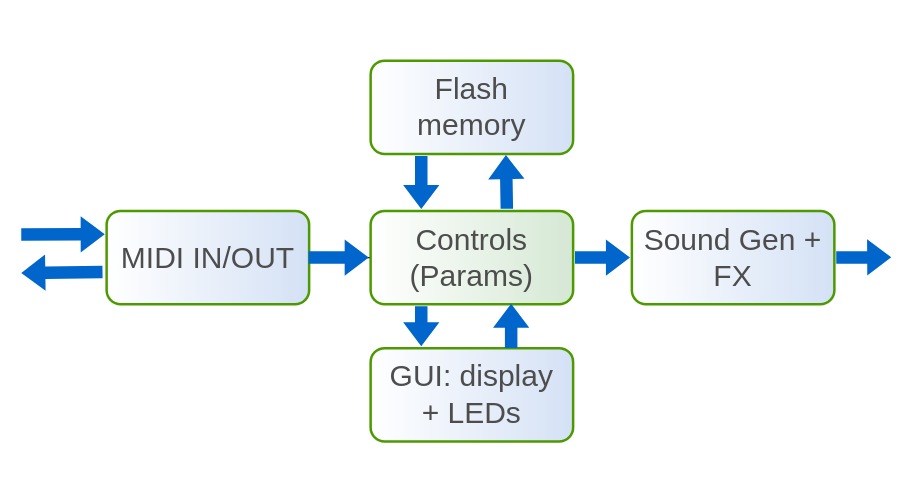
This is hardware/Thing.drawio from copych/AcidBox, a draw.io file, before an edit. Source tidied: cells renumbered, new cells numbered last; positions are measured from the earlier drawing's top-left corner, leaving out a move shared by most shapes. Both pictures are drawn from the tidied source at 125%, with x=0, y=0 at pixel (19, 60).
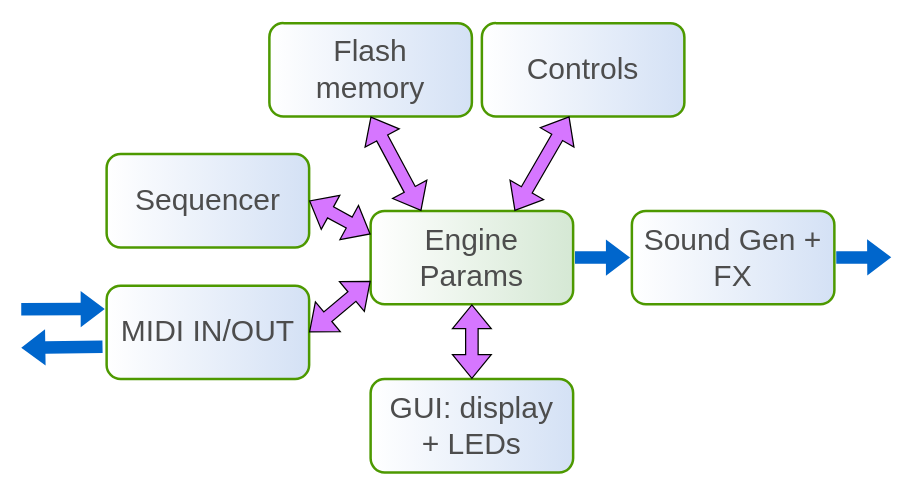
After the change.

Diff of the diagram source:
```diff
@@
 <mxGraphModel>
   <root>
     <mxCell id="0" />
     <mxCell id="1" parent="0" />
     <mxCell id="2" value="MIDI IN/OUT" style="rounded=1;whiteSpace=wrap;html=1;shadow=0;strokeWidth=2;fillColor=#D4E1F5;gradientColor=#ffffff;fontFamily=Helvetica;fontSize=24;align=center;strokeColor=#4D9900;gradientDirection=west;fontColor=#4D4D4D;" parent="1" vertex="1">
-      <mxGeometry x="69.8" y="120.2" width="162" height="74.7" as="geometry" />
+      <mxGeometry x="69.8" y="180" width="162" height="74.7" as="geometry" />
     </mxCell>
     <mxCell id="3" value="Sound Gen + FX" style="rounded=1;whiteSpace=wrap;html=1;shadow=0;strokeWidth=2;fillColor=#D4E1F5;gradientColor=#ffffff;fontFamily=Helvetica;fontSize=24;align=center;strokeColor=#4D9900;gradientDirection=west;fontColor=#4D4D4D;" parent="1" vertex="1">
       <mxGeometry x="490" y="120.2" width="162" height="74.7" as="geometry" />
     </mxCell>
-    <mxCell id="4" style="edgeStyle=orthogonalEdgeStyle;rounded=0;jettySize=auto;html=1;" parent="1" edge="1" source="5" target="2">
-      <mxGeometry relative="1" as="geometry" />
-    </mxCell>
-    <mxCell id="5" value="Controls (Params)" style="rounded=1;whiteSpace=wrap;html=1;shadow=0;strokeWidth=2;fillColor=#D5E8D4;gradientColor=#ffffff;fontFamily=Helvetica;fontSize=24;align=center;strokeColor=#4D9900;gradientDirection=west;fontColor=#4D4D4D;" parent="1" vertex="1">
+    <mxCell id="5" value="Engine Params" style="rounded=1;whiteSpace=wrap;html=1;shadow=0;strokeWidth=2;fillColor=#D5E8D4;gradientColor=#ffffff;fontFamily=Helvetica;fontSize=24;align=center;strokeColor=#4D9900;gradientDirection=west;fontColor=#4D4D4D;" parent="1" vertex="1">
       <mxGeometry x="281" y="120.2" width="162" height="74.7" as="geometry" />
     </mxCell>
     <mxCell id="6" value="Flash&lt;br&gt;memory" style="rounded=1;whiteSpace=wrap;html=1;shadow=0;strokeWidth=2;fillColor=#D4E1F5;gradientColor=#ffffff;fontFamily=Helvetica;fontSize=24;align=center;strokeColor=#4D9900;gradientDirection=west;fontColor=#4D4D4D;" parent="1" vertex="1">
-      <mxGeometry x="281" width="162" height="74.7" as="geometry" />
+      <mxGeometry x="200" y="-30" width="162" height="74.7" as="geometry" />
     </mxCell>
     <mxCell id="7" value="GUI: display &lt;br&gt;+ LEDs" style="rounded=1;whiteSpace=wrap;html=1;shadow=0;strokeWidth=2;fillColor=#D4E1F5;gradientColor=#ffffff;fontFamily=Helvetica;fontSize=24;align=center;strokeColor=#4D9900;gradientDirection=west;fontColor=#4D4D4D;" parent="1" vertex="1">
-      <mxGeometry x="281" y="230" width="162" height="74.7" as="geometry" />
+      <mxGeometry x="281" y="254.7" width="162" height="74.7" as="geometry" />
     </mxCell>
     <mxCell id="8" style="edgeStyle=none;rounded=0;html=1;shadow=0;endArrow=blockThin;endFill=1;jettySize=auto;strokeWidth=3;fontFamily=Helvetica;fontSize=18;align=center;shape=flexArrow;strokeColor=none;fillColor=#0066CC;endWidth=16;endSize=5.42;width=8;sourcePerimeterSpacing=-2;dashed=1;fontColor=#4D4D4D;entryX=0;entryY=0.25;entryDx=0;entryDy=0;" parent="1" edge="1" target="2">
       <mxGeometry relative="1" as="geometry">
-        <mxPoint y="139" as="sourcePoint" />
+        <mxPoint y="198.8" as="sourcePoint" />
       </mxGeometry>
     </mxCell>
     <mxCell id="9" style="edgeStyle=none;rounded=0;html=1;shadow=0;endArrow=blockThin;endFill=1;jettySize=auto;strokeWidth=3;fontFamily=Helvetica;fontSize=18;align=center;shape=flexArrow;strokeColor=none;fillColor=#0066CC;endWidth=16;endSize=5.42;width=8;sourcePerimeterSpacing=-2;dashed=1;fontColor=#4D4D4D;exitX=-0.011;exitY=0.653;exitDx=0;exitDy=0;exitPerimeter=0;" parent="1" edge="1" source="2">
       <mxGeometry relative="1" as="geometry">
-        <mxPoint y="170" as="targetPoint" />
+        <mxPoint y="229.8" as="targetPoint" />
       </mxGeometry>
     </mxCell>
-    <mxCell id="10" style="edgeStyle=none;rounded=0;html=1;shadow=0;endArrow=blockThin;endFill=1;jettySize=auto;strokeWidth=3;fontFamily=Helvetica;fontSize=18;align=center;shape=flexArrow;strokeColor=none;fillColor=#0066CC;endWidth=16;endSize=5.42;width=8;sourcePerimeterSpacing=-2;dashed=1;fontColor=#4D4D4D;entryX=0;entryY=0.5;entryDx=0;entryDy=0;" parent="1" edge="1" source="2" target="5">
-      <mxGeometry relative="1" as="geometry" />
-    </mxCell>
-    <mxCell id="11" style="edgeStyle=none;rounded=0;html=1;shadow=0;endArrow=blockThin;endFill=1;jettySize=auto;strokeWidth=3;fontFamily=Helvetica;fontSize=18;align=center;shape=flexArrow;strokeColor=none;fillColor=#0066CC;endWidth=16;endSize=5.42;width=8;sourcePerimeterSpacing=-2;dashed=1;fontColor=#4D4D4D;entryX=0.25;entryY=0;entryDx=0;entryDy=0;exitX=0.25;exitY=1;exitDx=0;exitDy=0;" parent="1" edge="1" source="5" target="7">
-      <mxGeometry relative="1" as="geometry" />
-    </mxCell>
-    <mxCell id="12" style="edgeStyle=none;rounded=0;html=1;shadow=0;endArrow=blockThin;endFill=1;jettySize=auto;strokeWidth=3;fontFamily=Helvetica;fontSize=18;align=center;shape=flexArrow;strokeColor=none;fillColor=#0066CC;endWidth=16;endSize=5.42;width=8;sourcePerimeterSpacing=-2;dashed=1;fontColor=#4D4D4D;entryX=0.694;entryY=0.975;entryDx=0;entryDy=0;entryPerimeter=0;exitX=0.694;exitY=0.02;exitDx=0;exitDy=0;exitPerimeter=0;" parent="1" edge="1" source="7" target="5">
-      <mxGeometry relative="1" as="geometry" />
-    </mxCell>
-    <mxCell id="13" style="edgeStyle=none;rounded=0;html=1;shadow=0;endArrow=blockThin;endFill=1;jettySize=auto;strokeWidth=3;fontFamily=Helvetica;fontSize=18;align=center;shape=flexArrow;strokeColor=none;fillColor=#0066CC;endWidth=16;endSize=5.42;width=8;sourcePerimeterSpacing=-2;dashed=1;fontColor=#4D4D4D;entryX=0.25;entryY=0;entryDx=0;entryDy=0;exitX=0.25;exitY=1;exitDx=0;exitDy=0;" parent="1" edge="1" source="6" target="5">
-      <mxGeometry relative="1" as="geometry" />
-    </mxCell>
-    <mxCell id="14" style="edgeStyle=none;rounded=0;html=1;shadow=0;endArrow=blockThin;endFill=1;jettySize=auto;strokeWidth=3;fontFamily=Helvetica;fontSize=18;align=center;shape=flexArrow;strokeColor=none;fillColor=#0066CC;endWidth=16;endSize=5.42;width=8;sourcePerimeterSpacing=-2;dashed=1;fontColor=#4D4D4D;entryX=0.668;entryY=0.991;entryDx=0;entryDy=0;entryPerimeter=0;" parent="1" edge="1" target="6">
-      <mxGeometry relative="1" as="geometry">
-        <mxPoint x="390" y="120" as="sourcePoint" />
-      </mxGeometry>
-    </mxCell>
     <mxCell id="15" style="edgeStyle=none;rounded=0;html=1;shadow=0;endArrow=blockThin;endFill=1;jettySize=auto;strokeWidth=3;fontFamily=Helvetica;fontSize=18;align=center;shape=flexArrow;strokeColor=none;fillColor=#0066CC;endWidth=16;endSize=5.42;width=8;sourcePerimeterSpacing=-2;dashed=1;fontColor=#4D4D4D;entryX=0;entryY=0.5;entryDx=0;entryDy=0;exitX=1;exitY=0.5;exitDx=0;exitDy=0;" parent="1" edge="1" source="5" target="3">
       <mxGeometry relative="1" as="geometry" />
     </mxCell>
     <mxCell id="16" style="edgeStyle=none;rounded=0;html=1;shadow=0;endArrow=blockThin;endFill=1;jettySize=auto;strokeWidth=3;fontFamily=Helvetica;fontSize=18;align=center;shape=flexArrow;strokeColor=none;fillColor=#0066CC;endWidth=16;endSize=5.42;width=8;sourcePerimeterSpacing=-2;dashed=1;fontColor=#4D4D4D;entryX=0;entryY=0.5;entryDx=0;entryDy=0;exitX=1;exitY=0.5;exitDx=0;exitDy=0;" parent="1" edge="1" source="3">
       <mxGeometry relative="1" as="geometry">
         <mxPoint x="699" y="157.3" as="targetPoint" />
       </mxGeometry>
     </mxCell>
+    <mxCell id="17" value="Sequencer" style="rounded=1;whiteSpace=wrap;html=1;shadow=0;strokeWidth=2;fillColor=#D4E1F5;gradientColor=#ffffff;fontFamily=Helvetica;fontSize=24;align=center;strokeColor=#4D9900;gradientDirection=west;fontColor=#4D4D4D;" parent="1" vertex="1">
+      <mxGeometry x="69.8" y="74.7" width="162" height="74.7" as="geometry" />
+    </mxCell>
+    <mxCell id="18" style="shape=flexArrow;endArrow=classic;startArrow=classic;html=1;rounded=0;fillColor=#D676FF;exitX=0;exitY=0.25;exitDx=0;exitDy=0;entryX=1;entryY=0.5;entryDx=0;entryDy=0;" parent="1" edge="1" source="5" target="17">
+      <mxGeometry relative="1" as="geometry" />
+    </mxCell>
+    <mxCell id="4" style="shape=flexArrow;endArrow=classic;startArrow=classic;html=1;rounded=0;fillColor=#D676FF;exitX=0;exitY=0.75;exitDx=0;exitDy=0;entryX=1;entryY=0.5;entryDx=0;entryDy=0;" parent="1" edge="1" source="5" target="2">
+      <mxGeometry relative="1" as="geometry" />
+    </mxCell>
+    <mxCell id="11" style="shape=flexArrow;endArrow=classic;startArrow=classic;html=1;rounded=0;fillColor=#D676FF;exitX=0.5;exitY=1;exitDx=0;exitDy=0;entryX=0.5;entryY=0;entryDx=0;entryDy=0;" parent="1" edge="1" source="5" target="7">
+      <mxGeometry relative="1" as="geometry" />
+    </mxCell>
+    <mxCell id="13" style="shape=flexArrow;endArrow=classic;startArrow=classic;html=1;rounded=0;fillColor=#D676FF;exitX=0.5;exitY=1;exitDx=0;exitDy=0;entryX=0.25;entryY=0;entryDx=0;entryDy=0;" parent="1" edge="1" source="6" target="5">
+      <mxGeometry relative="1" as="geometry" />
+    </mxCell>
+    <mxCell id="19" value="Controls" style="rounded=1;whiteSpace=wrap;html=1;shadow=0;strokeWidth=2;fillColor=#D4E1F5;gradientColor=#ffffff;fontFamily=Helvetica;fontSize=24;align=center;strokeColor=#4D9900;gradientDirection=west;fontColor=#4D4D4D;" parent="1" vertex="1">
+      <mxGeometry x="370" y="-30" width="162" height="74.7" as="geometry" />
+    </mxCell>
+    <mxCell id="20" style="shape=flexArrow;endArrow=classic;startArrow=classic;html=1;rounded=0;fillColor=#D676FF;exitX=0.432;exitY=0.998;exitDx=0;exitDy=0;entryX=0.711;entryY=0.001;entryDx=0;entryDy=0;entryPerimeter=0;exitPerimeter=0;" parent="1" edge="1" source="19" target="5">
+      <mxGeometry relative="1" as="geometry" />
+    </mxCell>
   </root>
 </mxGraphModel>
```
